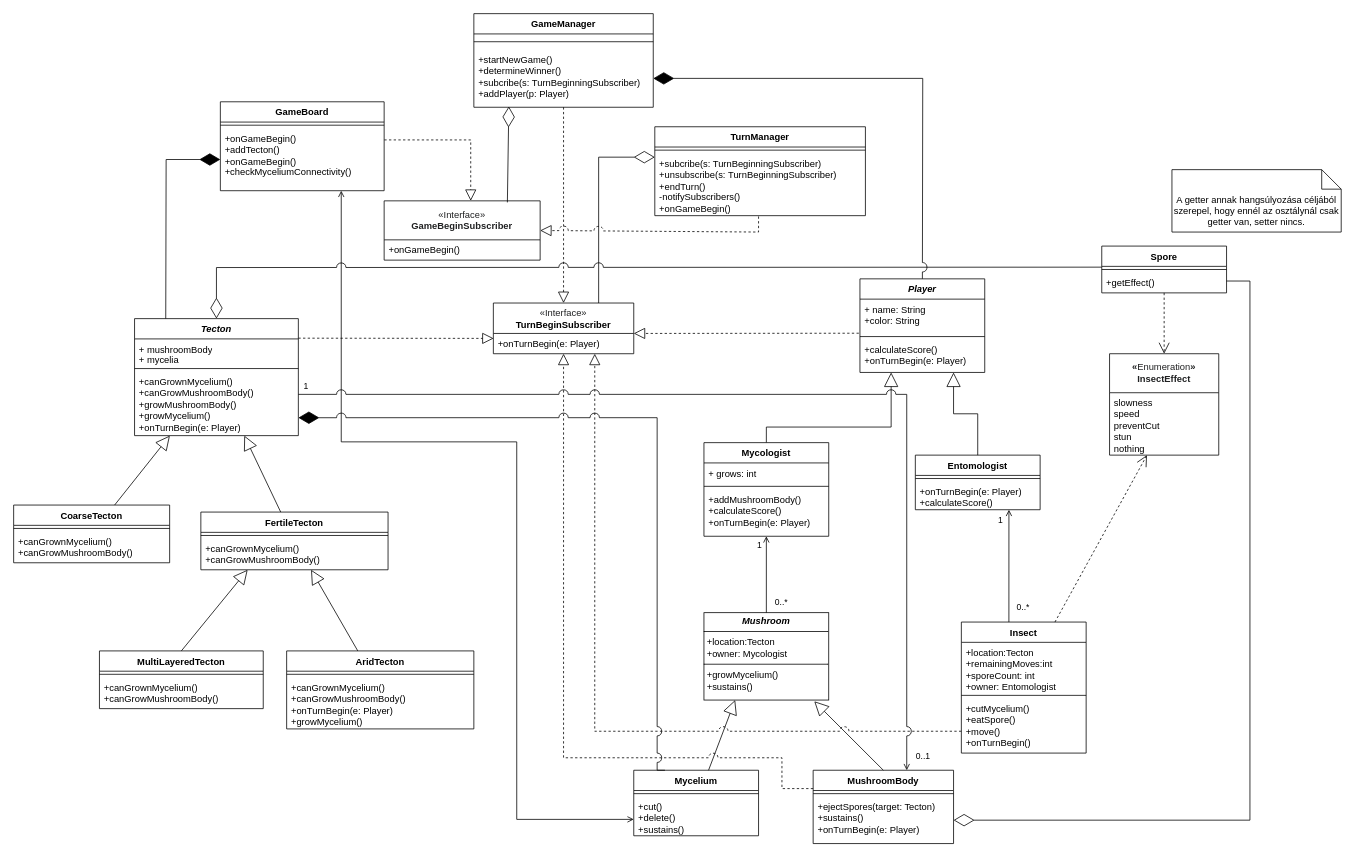
Earlier version of the draw.io diagram Fungorium_ClassDiagram.drawio (koharzsombor/bandITs). Source tidied: cells renumbered, new cells numbered last; positions are measured from the earlier drawing's top-left corner, leaving out a move shared by most shapes. Both pictures are drawn from the tidied source at 78%, with x=0, y=0 at pixel (13, 13).
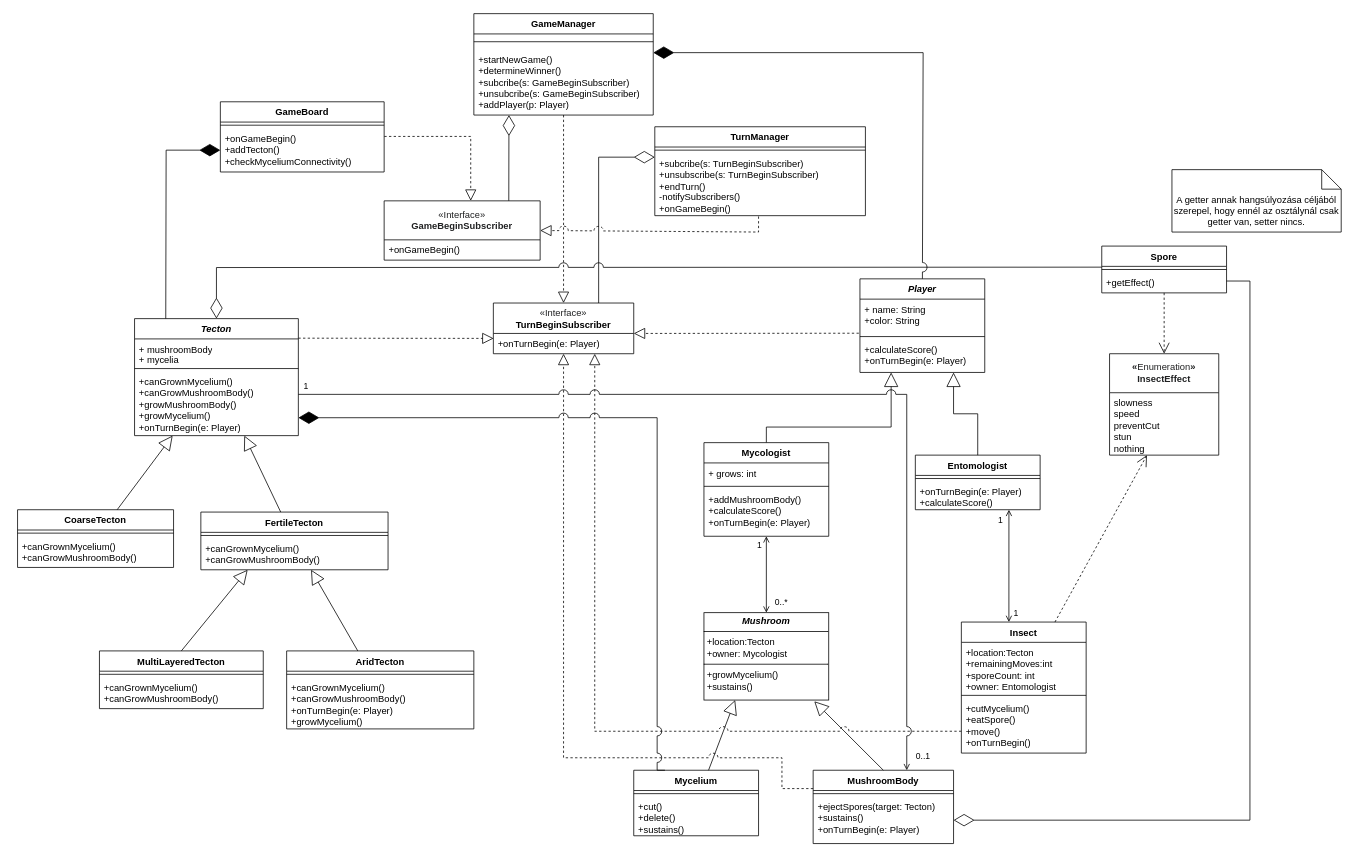
After the change.

Commit message:
#8 Osztálydiagramm frissítése

Unchanged cells that the change refers to:
```xml
<mxCell id="22" value="&lt;p style=&quot;margin:0px;margin-top:4px;text-align:center;&quot;&gt;&lt;b&gt;&lt;i&gt;Mushroom&lt;/i&gt;&lt;/b&gt;&lt;/p&gt;&lt;hr size=&quot;1&quot; style=&quot;border-style:solid;&quot;&gt;&lt;p style=&quot;margin:0px;margin-left:4px;&quot;&gt;+location:Tecton&lt;/p&gt;&lt;p style=&quot;margin:0px;margin-left:4px;&quot;&gt;+owner: Mycologist&lt;/p&gt;&lt;hr size=&quot;1&quot; style=&quot;border-style:solid;&quot;&gt;&lt;p style=&quot;margin:0px;margin-left:4px;&quot;&gt;+growMycelium()&lt;/p&gt;&lt;p style=&quot;margin:0px;margin-left:4px;&quot;&gt;+sustains()&lt;/p&gt;" style="verticalAlign=top;align=left;overflow=fill;html=1;whiteSpace=wrap;" parent="1" vertex="1">
  <mxGeometry x="885" y="768" width="160" height="112" as="geometry" />
</mxCell>
<mxCell id="24" value="Mycelium" style="swimlane;fontStyle=1;align=center;verticalAlign=top;horizontal=1;startSize=26;whiteSpace=wrap;html=1;" parent="1" vertex="1">
  <mxGeometry x="795" y="970" width="160" height="84" as="geometry" />
</mxCell>
<mxCell id="35" value="Insect" style="swimlane;fontStyle=1;align=center;verticalAlign=top;horizontal=1;startSize=26;whiteSpace=wrap;html=1;" parent="1" vertex="1">
  <mxGeometry x="1215" y="780" width="160" height="168" as="geometry" />
</mxCell>
<mxCell id="53" value="TurnManager" style="swimlane;fontStyle=1;align=center;verticalAlign=top;horizontal=1;startSize=26;whiteSpace=wrap;html=1;" parent="1" vertex="1">
  <mxGeometry x="822" y="145" width="270" height="114" as="geometry" />
</mxCell>
<mxCell id="63" value="&lt;font style=&quot;font-weight: 700;&quot;&gt;&lt;span style=&quot;font-weight: 400; color: rgb(32, 33, 34); font-family: sans-serif; text-align: start; background-color: rgb(255, 255, 255);&quot;&gt;«&lt;/span&gt;&lt;span style=&quot;color: rgb(32, 33, 34); font-family: sans-serif; text-align: start; background-color: rgb(255, 255, 255); font-weight: 400;&quot;&gt;Interface&lt;/span&gt;&lt;span style=&quot;font-weight: 400; color: rgb(32, 33, 34); font-family: sans-serif; text-align: start; background-color: rgb(255, 255, 255);&quot;&gt;»&lt;/span&gt;&lt;/font&gt;&lt;div&gt;&lt;font style=&quot;&quot;&gt;&lt;span style=&quot;color: rgb(32, 33, 34); font-family: sans-serif; text-align: start; background-color: rgb(255, 255, 255);&quot;&gt;&lt;b&gt;GameBeginSubscriber&lt;/b&gt;&lt;/span&gt;&lt;/font&gt;&lt;/div&gt;" style="swimlane;fontStyle=0;horizontal=1;startSize=50;fillColor=none;whiteSpace=wrap;html=1;" parent="1" vertex="1">
  <mxGeometry x="475" y="240" width="200" height="76" as="geometry" />
</mxCell>
<mxCell id="75" value="+onTurnBegin(e: Player)&lt;div&gt;+calculateScore()&lt;/div&gt;" style="text;strokeColor=none;fillColor=none;align=left;verticalAlign=top;spacingLeft=4;spacingRight=4;overflow=hidden;points=[[0,0.5],[1,0.5]];portConstraint=eastwest;whiteSpace=wrap;html=1;" parent="73" vertex="1">
  <mxGeometry y="34" width="160" height="36" as="geometry" />
</mxCell>
<mxCell id="85" value="+addMushroomBody()&lt;div&gt;+calculateScore()&lt;/div&gt;&lt;div&gt;+onTurnBegin(e: Player)&lt;/div&gt;" style="text;strokeColor=none;fillColor=none;align=left;verticalAlign=top;spacingLeft=4;spacingRight=4;overflow=hidden;points=[[0,0.5],[1,0.5]];portConstraint=eastwest;whiteSpace=wrap;html=1;" parent="82" vertex="1">
  <mxGeometry y="60" width="160" height="60" as="geometry" />
</mxCell>
```

The edit, as a diff of the source:
```diff
@@
     <mxCell id="6" value="CoarseTecton" style="swimlane;fontStyle=1;align=center;verticalAlign=top;horizontal=1;startSize=26;whiteSpace=wrap;html=1;" parent="1" vertex="1">
-      <mxGeometry y="630" width="200" height="74" as="geometry" />
+      <mxGeometry x="5" y="636" width="200" height="74" as="geometry" />
     </mxCell>
@@
     <mxCell id="39" value="GameManager" style="swimlane;fontStyle=1;align=center;verticalAlign=top;horizontal=1;startSize=26;whiteSpace=wrap;html=1;" parent="1" vertex="1">
-      <mxGeometry x="590" width="230" height="120" as="geometry" />
+      <mxGeometry x="590" width="230" height="130" as="geometry" />
     </mxCell>
@@
-    <mxCell id="41" value="&lt;div&gt;+startNewGame()&lt;/div&gt;&lt;div&gt;+determineWinner()&lt;/div&gt;&lt;div&gt;+subcribe(s: TurnBeginningSubscriber)&lt;/div&gt;&lt;div&gt;+addPlayer(p: Player)&lt;/div&gt;" style="text;strokeColor=none;fillColor=none;align=left;verticalAlign=top;spacingLeft=4;spacingRight=4;overflow=hidden;points=[[0,0.5],[1,0.5]];portConstraint=eastwest;whiteSpace=wrap;html=1;" parent="39" vertex="1">
-      <mxGeometry y="46" width="230" height="74" as="geometry" />
+    <mxCell id="41" value="&lt;div&gt;+startNewGame()&lt;/div&gt;&lt;div&gt;+determineWinner()&lt;/div&gt;&lt;div&gt;+subcribe(s: GameBeginSubscriber)&lt;/div&gt;&lt;div&gt;+unsubcribe(s: GameBeginSubscriber)&lt;/div&gt;&lt;div&gt;+addPlayer(p: Player)&lt;/div&gt;" style="text;strokeColor=none;fillColor=none;align=left;verticalAlign=top;spacingLeft=4;spacingRight=4;overflow=hidden;points=[[0,0.5],[1,0.5]];portConstraint=eastwest;whiteSpace=wrap;html=1;" parent="39" vertex="1">
+      <mxGeometry y="46" width="230" height="84" as="geometry" />
     </mxCell>
@@
-    <mxCell id="55" value="+subcribe(s: TurnBeginningSubscriber)&lt;div&gt;+unsubscribe(s:&amp;nbsp;&lt;span style=&quot;background-color: transparent; color: light-dark(rgb(0, 0, 0), rgb(255, 255, 255));&quot;&gt;TurnBeginningSubscriber)&lt;/span&gt;&lt;/div&gt;&lt;div&gt;&lt;span style=&quot;background-color: transparent; color: light-dark(rgb(0, 0, 0), rgb(255, 255, 255));&quot;&gt;+endTurn()&lt;/span&gt;&lt;/div&gt;&lt;div&gt;-notifySubscribers()&lt;/div&gt;&lt;div&gt;&lt;span style=&quot;background-color: transparent; color: light-dark(rgb(0, 0, 0), rgb(255, 255, 255));&quot;&gt;+onGameBegin()&lt;/span&gt;&lt;/div&gt;" style="text;strokeColor=none;fillColor=none;align=left;verticalAlign=top;spacingLeft=4;spacingRight=4;overflow=hidden;whiteSpace=wrap;html=1;" parent="53" vertex="1">
+    <mxCell id="55" value="+subcribe(s: TurnBeginSubscriber)&lt;div&gt;+unsubscribe(s:&amp;nbsp;&lt;span style=&quot;background-color: transparent; color: light-dark(rgb(0, 0, 0), rgb(255, 255, 255));&quot;&gt;TurnBeginSubscriber)&lt;/span&gt;&lt;/div&gt;&lt;div&gt;&lt;span style=&quot;background-color: transparent; color: light-dark(rgb(0, 0, 0), rgb(255, 255, 255));&quot;&gt;+endTurn()&lt;/span&gt;&lt;/div&gt;&lt;div&gt;-notifySubscribers()&lt;/div&gt;&lt;div&gt;&lt;span style=&quot;background-color: transparent; color: light-dark(rgb(0, 0, 0), rgb(255, 255, 255));&quot;&gt;+onGameBegin()&lt;/span&gt;&lt;/div&gt;" style="text;strokeColor=none;fillColor=none;align=left;verticalAlign=top;spacingLeft=4;spacingRight=4;overflow=hidden;whiteSpace=wrap;html=1;" parent="53" vertex="1">
       <mxGeometry y="34" width="270" height="80" as="geometry" />
     </mxCell>
-    <mxCell id="56" style="endArrow=none;html=1;rounded=0;startArrow=open;startFill=0;" parent="1" edge="1" source="85" target="22">
+    <mxCell id="56" style="endArrow=open;html=1;rounded=0;startArrow=open;startFill=0;endFill=0;" parent="1" edge="1" source="85" target="22">
       <mxGeometry relative="1" as="geometry" />
     </mxCell>
@@
     <mxCell id="60" value="GameBoard" style="swimlane;fontStyle=1;align=center;verticalAlign=top;horizontal=1;startSize=26;whiteSpace=wrap;html=1;" parent="1" vertex="1">
-      <mxGeometry x="265" y="113" width="210" height="114" as="geometry" />
+      <mxGeometry x="265" y="113" width="210" height="90" as="geometry" />
     </mxCell>
@@
-    <mxCell id="62" value="+onGameBegin()&lt;div&gt;+addTecton()&lt;/div&gt;&lt;div&gt;+onGameBegin()&lt;/div&gt;&lt;div&gt;+checkMyceliumConnectivity()&lt;/div&gt;" style="text;strokeColor=none;fillColor=none;align=left;verticalAlign=top;spacingLeft=4;spacingRight=4;overflow=hidden;points=[[0,0.5],[1,0.5]];portConstraint=eastwest;whiteSpace=wrap;html=1;" parent="60" vertex="1">
-      <mxGeometry y="34" width="210" height="80" as="geometry" />
+    <mxCell id="62" value="+onGameBegin()&lt;div&gt;+addTecton()&lt;/div&gt;&lt;div&gt;+checkMyceliumConnectivity()&lt;/div&gt;" style="text;strokeColor=none;fillColor=none;align=left;verticalAlign=top;spacingLeft=4;spacingRight=4;overflow=hidden;points=[[0,0.5],[1,0.5]];portConstraint=eastwest;whiteSpace=wrap;html=1;" parent="60" vertex="1">
+      <mxGeometry y="34" width="210" height="56" as="geometry" />
     </mxCell>
@@
-    <mxCell id="66" style="endArrow=diamondThin;html=1;rounded=0;exitX=0.79;exitY=0.026;exitDx=0;exitDy=0;entryX=0.195;entryY=0.986;entryDx=0;entryDy=0;endFill=0;endSize=24;entryPerimeter=0;exitPerimeter=0;" parent="1" edge="1" source="63" target="41">
-      <mxGeometry relative="1" as="geometry" />
+    <mxCell id="66" style="endArrow=diamondThin;html=1;rounded=0;exitX=0.799;exitY=-0.001;exitDx=0;exitDy=0;endFill=0;endSize=24;exitPerimeter=0;" parent="1" edge="1" source="63">
+      <mxGeometry relative="1" as="geometry">
+        <mxPoint x="635" y="130" as="targetPoint" />
+      </mxGeometry>
     </mxCell>
-    <mxCell id="67" style="endArrow=open;html=1;edgeStyle=orthogonalEdgeStyle;rounded=0;entryX=0;entryY=0.75;entryDx=0;entryDy=0;startArrow=open;startFill=0;endFill=0;" parent="1" edge="1" source="62" target="24">
-      <mxGeometry relative="1" as="geometry">
-        <Array as="points">
-          <mxPoint x="420" y="549" />
-          <mxPoint x="645" y="549" />
-          <mxPoint x="645" y="1033" />
-        </Array>
-      </mxGeometry>
-    </mxCell>
@@
     <mxCell id="71" style="endArrow=diamondThin;endFill=1;endSize=24;html=1;rounded=0;exitX=0.5;exitY=0;exitDx=0;exitDy=0;jumpStyle=arc;jumpSize=12;edgeStyle=orthogonalEdgeStyle;" parent="1" edge="1" target="41">
       <mxGeometry relative="1" as="geometry">
         <mxPoint x="1165" y="364" as="sourcePoint" />
+        <Array as="points">
+          <mxPoint x="1166" y="364" />
+          <mxPoint x="1166" y="50" />
+        </Array>
       </mxGeometry>
     </mxCell>
@@
-    <mxCell id="87" style="endArrow=none;html=1;rounded=0;startArrow=open;startFill=0;exitX=0.75;exitY=1;exitDx=0;exitDy=0;exitPerimeter=0;entryX=0.381;entryY=0;entryDx=0;entryDy=0;entryPerimeter=0;" parent="1" edge="1" source="75" target="35">
+    <mxCell id="87" style="endArrow=open;html=1;rounded=0;startArrow=open;startFill=0;exitX=0.75;exitY=1;exitDx=0;exitDy=0;exitPerimeter=0;entryX=0.381;entryY=0;entryDx=0;entryDy=0;entryPerimeter=0;endFill=0;" parent="1" edge="1" source="75" target="35">
       <mxGeometry relative="1" as="geometry" />
     </mxCell>
-    <mxCell id="88" value="0..*" style="edgeLabel;html=1;align=center;verticalAlign=middle;" parent="87" vertex="1">
+    <mxCell id="88" value="1" style="edgeLabel;html=1;align=center;verticalAlign=middle;" parent="87" vertex="1">
       <mxGeometry x="0.81" relative="1" as="geometry">
-        <mxPoint x="18" y="-5" as="offset" />
+        <mxPoint x="9" y="3" as="offset" />
       </mxGeometry>
     </mxCell>
```
